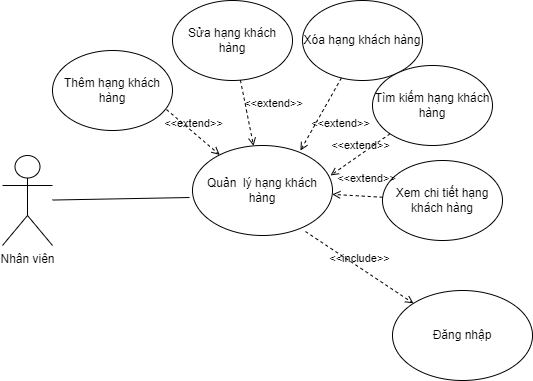
The draw.io diagram Báo Cáo/Diagram/Usecase/usecase_hangkhachhang.png in Kindaichicao/plane-ticket, before a commit. Source tidied: cells renumbered, new cells last; positions are measured from the earlier drawing's top-left corner, leaving out a move shared by most shapes.
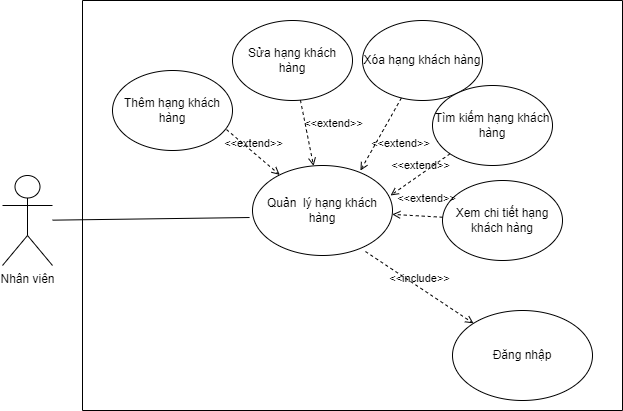
Above is the later version.

Change to the diagram source:
```diff
@@ -3,7 +3,7 @@
     <mxCell id="0" />
     <mxCell id="1" parent="0" />
     <mxCell id="2" value="Nhân viên" style="shape=umlActor;verticalLabelPosition=bottom;verticalAlign=top;html=1;outlineConnect=0;" parent="1" vertex="1">
-      <mxGeometry y="155" width="50" height="90" as="geometry" />
+      <mxGeometry x="-60" y="155" width="50" height="90" as="geometry" />
     </mxCell>
     <mxCell id="3" style="endArrow=none;html=1;rounded=0;entryX=-0.021;entryY=0.578;entryDx=0;entryDy=0;entryPerimeter=0;" parent="1" edge="1" source="2" target="4">
       <mxGeometry relative="1" as="geometry" />
@@ -47,5 +47,8 @@
     <mxCell id="16" value="&amp;lt;&amp;lt;include&amp;gt;&amp;gt;" style="html=1;verticalAlign=bottom;labelBackgroundColor=none;endArrow=open;endFill=0;dashed=1;rounded=0;exitX=0.807;exitY=0.956;exitDx=0;exitDy=0;exitPerimeter=0;" parent="1" edge="1" source="4" target="15">
       <mxGeometry relative="1" as="geometry" />
     </mxCell>
+    <mxCell id="17" style="swimlane;startSize=0;" parent="1" vertex="1">
+      <mxGeometry x="20" y="-20" width="540" height="410" as="geometry" />
+    </mxCell>
   </root>
 </mxGraphModel>
```
